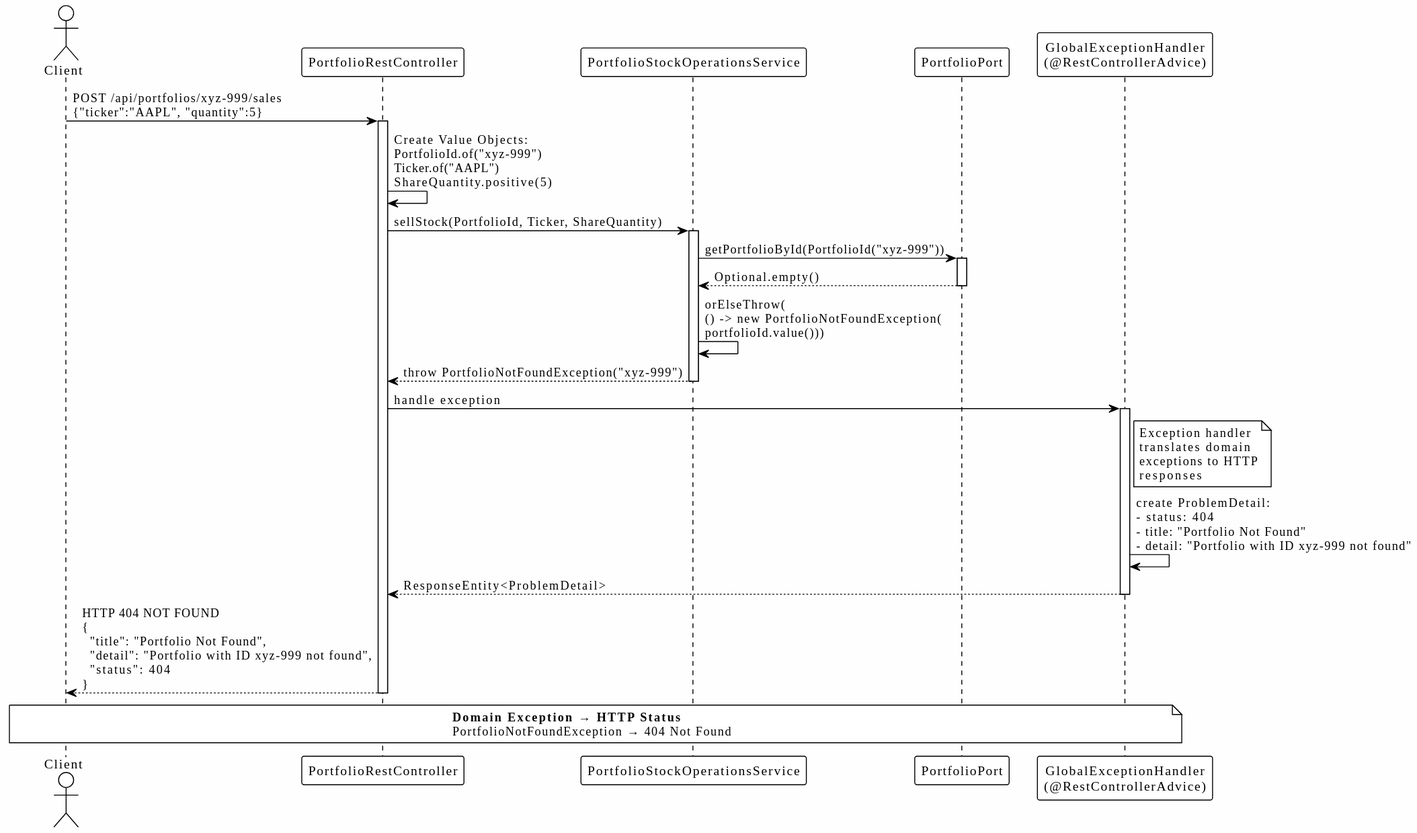
The PlantUML diagram doc/tutorial/sellStocks/diagrams/Rendered/sell-error-portfolio-not-found.svg in alfredorueda/HexaStock, before a commit. Its diagram source:
```plantuml
@startuml
!theme plain
skinparam backgroundColor #FEFEFE

actor Client
participant "PortfolioRestController" as Controller
participant "PortfolioStockOperationsService" as Service
participant "PortfolioPort" as Port
participant "GlobalExceptionHandler\n(@RestControllerAdvice)" as Handler

Client -> Controller: POST /api/portfolios/xyz-999/sales\n{"ticker":"AAPL", "quantity":5}
activate Controller

Controller -> Controller: Create Value Objects:\nPortfolioId.of("xyz-999")\nTicker.of("AAPL")\nShareQuantity.positive(5)

Controller -> Service: sellStock(PortfolioId, Ticker, ShareQuantity)
activate Service

Service -> Port: getPortfolioById(PortfolioId("xyz-999"))
activate Port
Port --> Service: Optional.empty()
deactivate Port

Service -> Service: orElseThrow(\n() -> new PortfolioNotFoundException(\nportfolioId.value()))

Service --> Controller: throw PortfolioNotFoundException("xyz-999")
deactivate Service

Controller -> Handler: handle exception
activate Handler
note right of Handler
  Exception handler
  translates domain
  exceptions to HTTP
  responses
end note

Handler -> Handler: create ProblemDetail:\n- status: 404\n- title: "Portfolio Not Found"\n- detail: "Portfolio with ID xyz-999 not found"

Handler --> Controller: ResponseEntity<ProblemDetail>
deactivate Handler

Controller --> Client: HTTP 404 NOT FOUND\n{\n  "title": "Portfolio Not Found",\n  "detail": "Portfolio with ID xyz-999 not found",\n  "status": 404\n}
deactivate Controller

note over Client, Handler
  **Domain Exception → HTTP Status**
  PortfolioNotFoundException → 404 Not Found
end note
@enduml
```
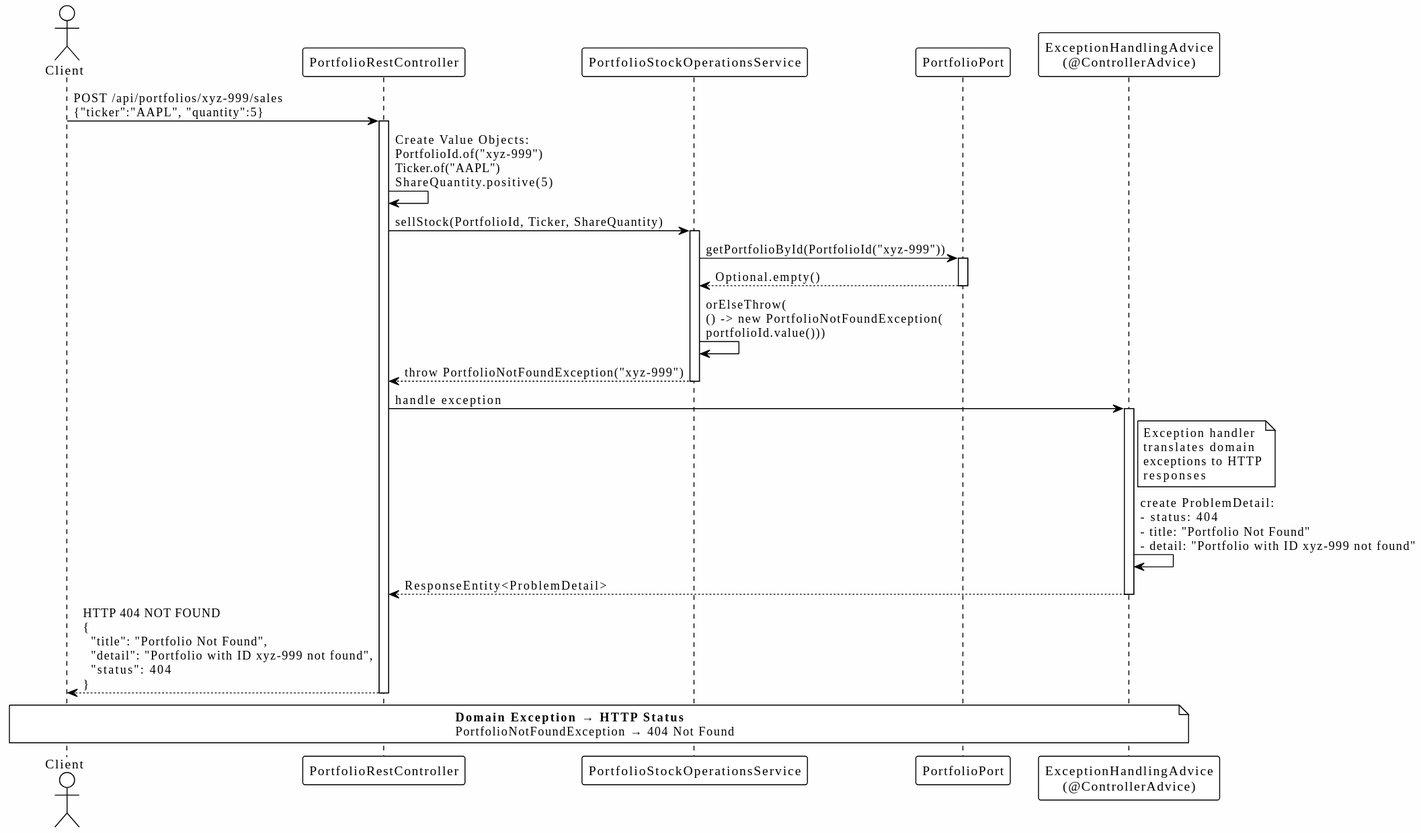
After the commit.

Diff of the diagram source:
```diff
@@ -6,7 +6,7 @@
 participant "PortfolioRestController" as Controller
 participant "PortfolioStockOperationsService" as Service
 participant "PortfolioPort" as Port
-participant "GlobalExceptionHandler\n(@RestControllerAdvice)" as Handler
+participant "ExceptionHandlingAdvice\n(@ControllerAdvice)" as Handler
 
 Client -> Controller: POST /api/portfolios/xyz-999/sales\n{"ticker":"AAPL", "quantity":5}
 activate Controller
```
